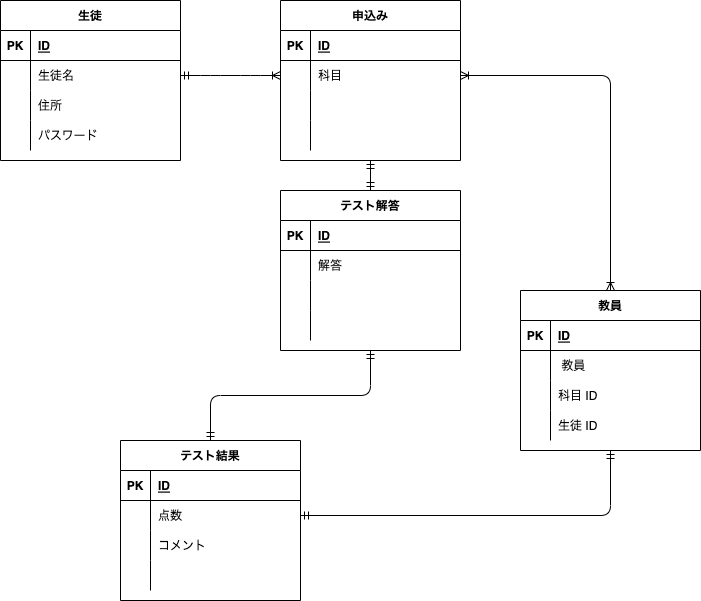
nishihatakoh/databaseTest keeps this draw.io diagram as test.drawio.png. Above is the earlier version. Source tidied: cells renumbered, new cells last; positions are measured from the earlier drawing's top-left corner, leaving out a move shared by most shapes.
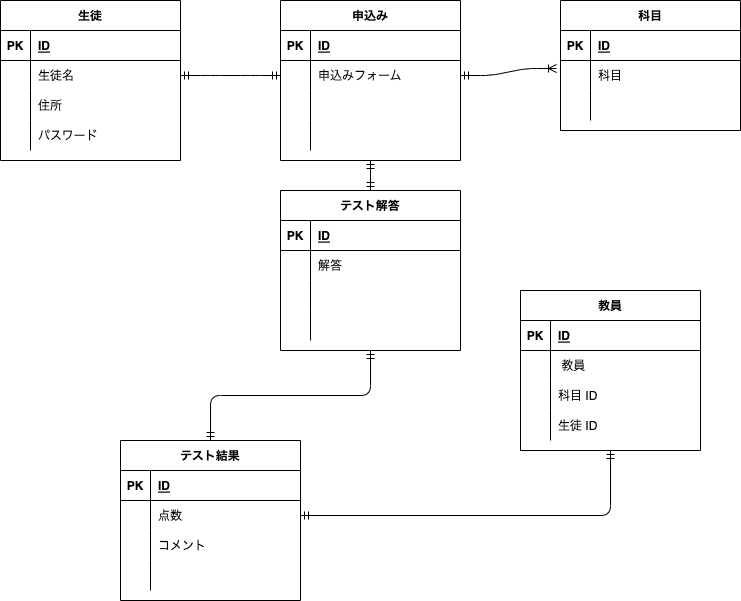
Above is the later version.

Change to the diagram source:
```diff
@@ -59,7 +59,7 @@
     <mxCell id="20" style="shape=partialRectangle;fillColor=none;top=0;left=0;bottom=0;right=0;overflow=hidden;" parent="19" vertex="1">
       <mxGeometry width="30" height="30" as="geometry" />
     </mxCell>
-    <mxCell id="21" value="科目" style="shape=partialRectangle;fillColor=none;top=0;left=0;bottom=0;right=0;align=left;spacingLeft=6;overflow=hidden;" parent="19" vertex="1">
+    <mxCell id="21" value="申込みフォーム" style="shape=partialRectangle;fillColor=none;top=0;left=0;bottom=0;right=0;align=left;spacingLeft=6;overflow=hidden;" parent="19" vertex="1">
       <mxGeometry x="30" width="150" height="30" as="geometry" />
     </mxCell>
     <mxCell id="22" style="shape=partialRectangle;fillColor=none;top=0;left=0;bottom=0;right=0;" parent="15" vertex="1">
@@ -80,9 +80,6 @@
     <mxCell id="27" style="shape=partialRectangle;fillColor=none;top=0;left=0;bottom=0;right=0;align=left;spacingLeft=6;overflow=hidden;" parent="25" vertex="1">
       <mxGeometry x="30" width="150" height="30" as="geometry" />
     </mxCell>
-    <mxCell id="28" style="edgeStyle=entityRelationEdgeStyle;fontSize=12;html=1;endArrow=ERoneToMany;startArrow=ERmandOne;exitX=1;exitY=0.5;exitDx=0;exitDy=0;entryX=0;entryY=0.5;entryDx=0;entryDy=0;" parent="1" edge="1" source="6" target="19">
-      <mxGeometry relative="1" as="geometry" />
-    </mxCell>
     <mxCell id="29" value="テスト結果" style="shape=table;startSize=30;rowLines=0;fontStyle=1;align=center;" parent="1" vertex="1">
       <mxGeometry x="120" y="440" width="180" height="160" as="geometry" />
     </mxCell>
@@ -161,9 +158,6 @@
     <mxCell id="54" value="生徒 ID" style="shape=partialRectangle;fillColor=none;top=0;left=0;bottom=0;right=0;align=left;spacingLeft=6;overflow=hidden;" parent="52" vertex="1">
       <mxGeometry x="30" width="150" height="30" as="geometry" />
     </mxCell>
-    <mxCell id="55" style="edgeStyle=orthogonalEdgeStyle;fontSize=12;html=1;endArrow=ERoneToMany;startArrow=ERoneToMany;exitX=1;exitY=0.5;exitDx=0;exitDy=0;entryX=0.5;entryY=0;entryDx=0;entryDy=0;" parent="1" edge="1" source="19" target="42">
-      <mxGeometry relative="1" as="geometry" />
-    </mxCell>
     <mxCell id="56" style="shape=partialRectangle;fillColor=none;top=0;left=0;bottom=0;right=0;" parent="1" vertex="1">
       <mxGeometry x="520" y="310" width="180" height="30" as="geometry" />
     </mxCell>
@@ -221,5 +215,41 @@
     <mxCell id="74" style="fontSize=12;html=1;endArrow=ERmandOne;startArrow=ERmandOne;entryX=0.5;entryY=1;entryDx=0;entryDy=0;exitX=0.5;exitY=0;exitDx=0;exitDy=0;edgeStyle=orthogonalEdgeStyle;" parent="1" edge="1" source="29" target="60">
       <mxGeometry relative="1" as="geometry" />
     </mxCell>
+    <mxCell id="75" value="科目" style="shape=table;startSize=30;rowLines=0;fontStyle=1;align=center;" parent="1" vertex="1">
+      <mxGeometry x="560" width="180" height="130" as="geometry" />
+    </mxCell>
+    <mxCell id="76" style="shape=partialRectangle;fillColor=none;top=0;left=0;bottom=1;right=0;" parent="75" vertex="1">
+      <mxGeometry y="30" width="180" height="30" as="geometry" />
+    </mxCell>
+    <mxCell id="77" value="PK" style="shape=partialRectangle;fillColor=none;top=0;left=0;bottom=0;right=0;fontStyle=1;overflow=hidden;" parent="76" vertex="1">
+      <mxGeometry width="30" height="30" as="geometry" />
+    </mxCell>
+    <mxCell id="78" value="ID" style="shape=partialRectangle;fillColor=none;top=0;left=0;bottom=0;right=0;align=left;spacingLeft=6;fontStyle=5;overflow=hidden;" parent="76" vertex="1">
+      <mxGeometry x="30" width="150" height="30" as="geometry" />
+    </mxCell>
+    <mxCell id="79" style="shape=partialRectangle;fillColor=none;top=0;left=0;bottom=0;right=0;points=[[0,0.5],[1,0.5]];portConstraint=eastwest;" parent="75" vertex="1">
+      <mxGeometry y="60" width="180" height="30" as="geometry" />
+    </mxCell>
+    <mxCell id="80" style="shape=partialRectangle;fillColor=none;top=0;left=0;bottom=0;right=0;overflow=hidden;" parent="79" vertex="1">
+      <mxGeometry width="30" height="30" as="geometry" />
+    </mxCell>
+    <mxCell id="81" value="科目" style="shape=partialRectangle;fillColor=none;top=0;left=0;bottom=0;right=0;align=left;spacingLeft=6;overflow=hidden;" parent="79" vertex="1">
+      <mxGeometry x="30" width="150" height="30" as="geometry" />
+    </mxCell>
+    <mxCell id="82" style="shape=partialRectangle;fillColor=none;top=0;left=0;bottom=0;right=0;" parent="75" vertex="1">
+      <mxGeometry y="90" width="180" height="30" as="geometry" />
+    </mxCell>
+    <mxCell id="83" style="shape=partialRectangle;fillColor=none;top=0;left=0;bottom=0;right=0;overflow=hidden;" parent="82" vertex="1">
+      <mxGeometry width="30" height="30" as="geometry" />
+    </mxCell>
+    <mxCell id="84" style="shape=partialRectangle;fillColor=none;top=0;left=0;bottom=0;right=0;align=left;spacingLeft=6;overflow=hidden;" parent="82" vertex="1">
+      <mxGeometry x="30" width="150" height="30" as="geometry" />
+    </mxCell>
+    <mxCell id="85" style="edgeStyle=entityRelationEdgeStyle;fontSize=12;html=1;endArrow=ERoneToMany;startArrow=ERmandOne;entryX=-0.022;entryY=0.267;entryDx=0;entryDy=0;entryPerimeter=0;exitX=1;exitY=0.5;exitDx=0;exitDy=0;" parent="1" edge="1" source="19" target="79">
+      <mxGeometry relative="1" as="geometry" />
+    </mxCell>
+    <mxCell id="28" style="edgeStyle=entityRelationEdgeStyle;fontSize=12;html=1;endArrow=ERmandOne;startArrow=ERmandOne;exitX=1;exitY=0.5;exitDx=0;exitDy=0;entryX=0;entryY=0.5;entryDx=0;entryDy=0;" parent="1" edge="1" source="6" target="19">
+      <mxGeometry relative="1" as="geometry" />
+    </mxCell>
   </root>
 </mxGraphModel>
```
